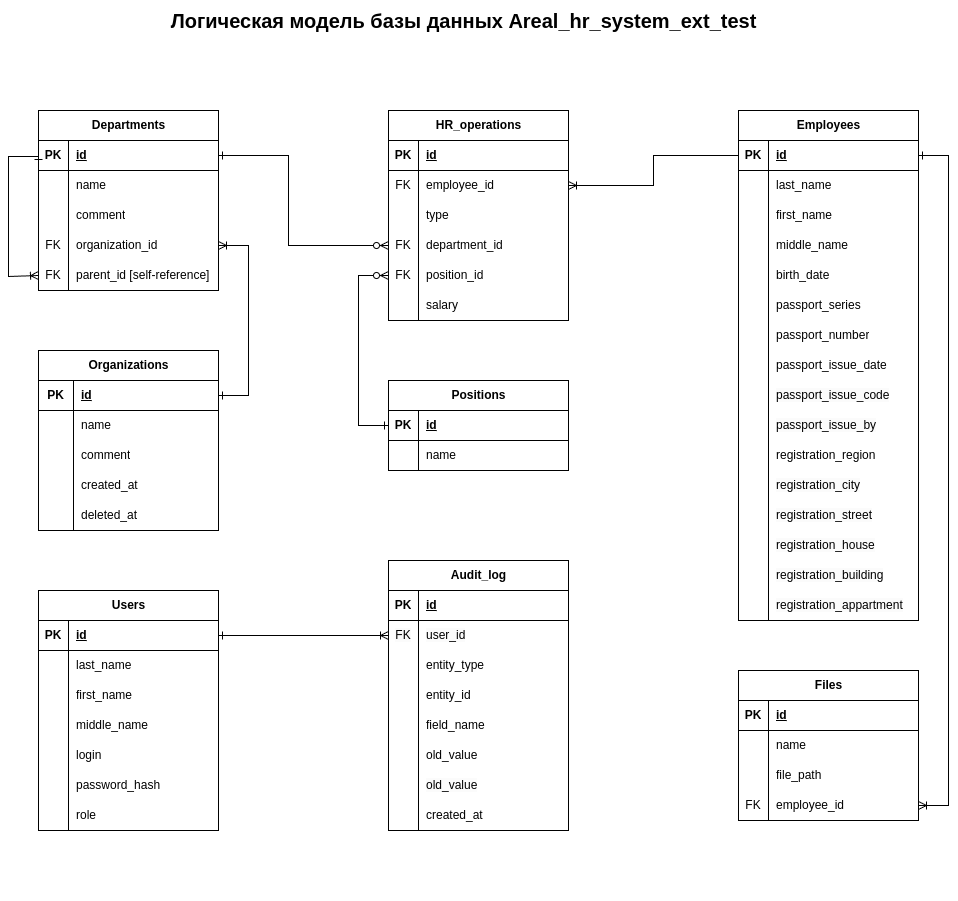
Above: docs/database/hr_system.drawio.png in zelenkow/areal-hr_ext-test (draw.io), before the change. Source tidied: cells renumbered, new cells last; positions are measured from the earlier drawing's top-left corner, leaving out a move shared by most shapes.
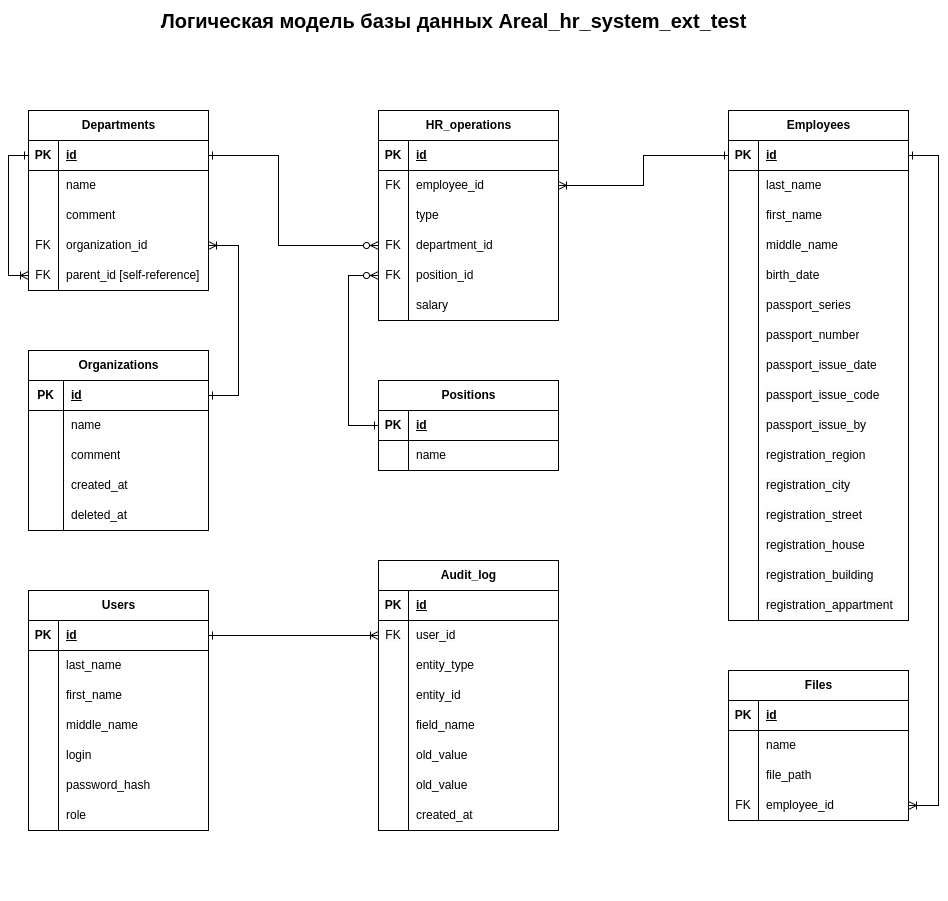
After the commit.

The edit, as a diff of the source:
```diff
@@ -104,12 +104,11 @@
     <mxCell id="35" value="parent_id [&lt;span style=&quot;background-color: transparent; color: light-dark(rgb(0, 0, 0), rgb(255, 255, 255));&quot;&gt;self-reference]&lt;/span&gt;" style="shape=partialRectangle;fillColor=none;top=0;left=0;bottom=0;right=0;align=left;spacingLeft=6;overflow=hidden;whiteSpace=wrap;html=1;" parent="33" vertex="1">
       <mxGeometry x="30" width="150" height="30" as="geometry" />
     </mxCell>
-    <mxCell id="36" style="edgeStyle=orthogonalEdgeStyle;rounded=0;jettySize=auto;html=1;exitX=0;exitY=0.5;exitDx=0;exitDy=0;endArrow=ERoneToMany;endFill=0;startArrow=ERone;startFill=0;entryX=0;entryY=0.5;entryDx=0;entryDy=0;" parent="20" edge="1" source="21" target="33">
+    <mxCell id="36" style="edgeStyle=orthogonalEdgeStyle;rounded=0;jettySize=auto;html=1;endArrow=ERoneToMany;endFill=0;startArrow=ERone;startFill=0;entryX=0;entryY=0.5;entryDx=0;entryDy=0;exitX=0;exitY=0.5;exitDx=0;exitDy=0;" parent="20" edge="1" source="21" target="33">
       <mxGeometry relative="1" as="geometry">
         <Array as="points">
-          <mxPoint x="-30" y="46" />
-          <mxPoint x="-30" y="166" />
-          <mxPoint y="166" />
+          <mxPoint x="-20" y="45" />
+          <mxPoint x="-20" y="165" />
         </Array>
       </mxGeometry>
     </mxCell>
@@ -534,7 +533,7 @@
         </Array>
       </mxGeometry>
     </mxCell>
-    <mxCell id="174" style="edgeStyle=orthogonalEdgeStyle;rounded=0;jettySize=auto;html=1;entryX=0;entryY=0.5;entryDx=0;entryDy=0;endArrow=baseDash;endFill=0;startArrow=ERoneToMany;startFill=0;" parent="1" edge="1" source="132" target="45">
+    <mxCell id="174" style="edgeStyle=orthogonalEdgeStyle;rounded=0;jettySize=auto;html=1;entryX=0;entryY=0.5;entryDx=0;entryDy=0;endArrow=ERone;endFill=0;startArrow=ERoneToMany;startFill=0;" parent="1" edge="1" source="132" target="45">
       <mxGeometry relative="1" as="geometry" />
     </mxCell>
     <mxCell id="175" style="edgeStyle=orthogonalEdgeStyle;rounded=0;jettySize=auto;html=1;entryX=1;entryY=0.5;entryDx=0;entryDy=0;endArrow=ERone;endFill=0;startArrow=ERzeroToMany;startFill=0;exitX=0;exitY=0.5;exitDx=0;exitDy=0;" parent="1" edge="1" source="138" target="21">
```
